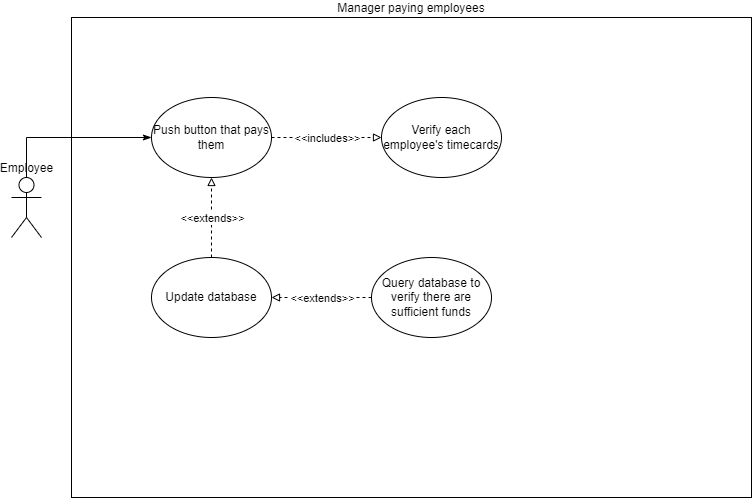
Before: images/UseCaseDiagram3.drawio.png, a diagram exported from draw.io (Zachary-Harrison/FrappuccinoShop). Source tidied: cells renumbered, new cells last; positions are measured from the earlier drawing's top-left corner, leaving out a move shared by most shapes. The source it was exported from:
```xml
<mxGraphModel>
  <root>
    <mxCell id="0" />
    <mxCell id="1" parent="0" />
    <mxCell id="2" value="Manager paying employees" style="rounded=0;whiteSpace=wrap;html=1;shadow=0;glass=0;sketch=0;labelPosition=center;verticalLabelPosition=top;align=center;verticalAlign=bottom;gradientColor=none;" parent="1" vertex="1">
      <mxGeometry x="60" width="680" height="480" as="geometry" />
    </mxCell>
    <mxCell id="3" style="edgeStyle=orthogonalEdgeStyle;rounded=0;jettySize=auto;html=1;endArrow=classicThin;endFill=1;" parent="1" edge="1" source="11" target="12">
      <mxGeometry relative="1" as="geometry">
        <Array as="points">
          <mxPoint x="15" y="120" />
          <mxPoint x="200" y="120" />
        </Array>
      </mxGeometry>
    </mxCell>
    <mxCell id="4" value="Verify each employee's timecards" style="ellipse;whiteSpace=wrap;html=1;" parent="1" vertex="1">
      <mxGeometry x="370" y="80" width="120" height="80" as="geometry" />
    </mxCell>
    <mxCell id="5" value="Update database" style="ellipse;whiteSpace=wrap;html=1;shadow=0;glass=1;sketch=0;" parent="1" vertex="1">
      <mxGeometry x="140" y="240" width="120" height="80" as="geometry" />
    </mxCell>
    <mxCell id="6" style="endArrow=block;html=1;rounded=0;dashed=1;endFill=0;" parent="1" edge="1" source="5" target="12">
      <mxGeometry relative="1" as="geometry" />
    </mxCell>
    <mxCell id="7" value="&amp;lt;&amp;lt;extends&amp;gt;&amp;gt;" style="edgeLabel;html=1;align=center;verticalAlign=middle;" parent="6" vertex="1">
      <mxGeometry relative="1" as="geometry" />
    </mxCell>
    <mxCell id="8" value="Query database to verify there are sufficient funds" style="ellipse;whiteSpace=wrap;html=1;shadow=0;glass=1;sketch=0;" parent="1" vertex="1">
      <mxGeometry x="360" y="240" width="120" height="80" as="geometry" />
    </mxCell>
    <mxCell id="9" style="endArrow=block;html=1;rounded=0;dashed=1;endFill=0;" parent="1" edge="1" source="8" target="5">
      <mxGeometry relative="1" as="geometry" />
    </mxCell>
    <mxCell id="10" value="&amp;lt;&amp;lt;extends&amp;gt;&amp;gt;" style="edgeLabel;html=1;align=center;verticalAlign=middle;" parent="9" vertex="1">
      <mxGeometry relative="1" as="geometry" />
    </mxCell>
    <mxCell id="11" value="Employee" style="shape=umlActor;verticalLabelPosition=top;verticalAlign=bottom;html=1;outlineConnect=0;labelPosition=center;align=center;" parent="1" vertex="1">
      <mxGeometry y="160" width="30" height="60" as="geometry" />
    </mxCell>
    <mxCell id="12" value="Push button that pays them" style="ellipse;whiteSpace=wrap;html=1;" parent="1" vertex="1">
      <mxGeometry x="140" y="80" width="120" height="80" as="geometry" />
    </mxCell>
    <mxCell id="13" style="endArrow=block;html=1;rounded=0;dashed=1;endFill=0;" parent="1" edge="1" source="12" target="4">
      <mxGeometry relative="1" as="geometry" />
    </mxCell>
    <mxCell id="14" value="&amp;lt;&amp;lt;includes&amp;gt;&amp;gt;" style="edgeLabel;html=1;align=center;verticalAlign=middle;" parent="13" vertex="1">
      <mxGeometry relative="1" as="geometry" />
    </mxCell>
  </root>
</mxGraphModel>
```
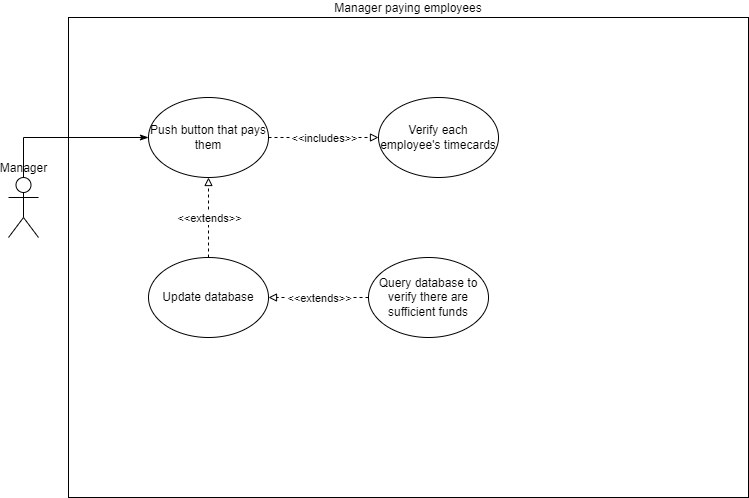
After the commit.

What changed in the source:
```diff
@@ -34,7 +34,7 @@
     <mxCell id="10" value="&amp;lt;&amp;lt;extends&amp;gt;&amp;gt;" style="edgeLabel;html=1;align=center;verticalAlign=middle;" parent="9" vertex="1">
       <mxGeometry relative="1" as="geometry" />
     </mxCell>
-    <mxCell id="11" value="Employee" style="shape=umlActor;verticalLabelPosition=top;verticalAlign=bottom;html=1;outlineConnect=0;labelPosition=center;align=center;" parent="1" vertex="1">
+    <mxCell id="11" value="Manager" style="shape=umlActor;verticalLabelPosition=top;verticalAlign=bottom;html=1;outlineConnect=0;labelPosition=center;align=center;" parent="1" vertex="1">
       <mxGeometry y="160" width="30" height="60" as="geometry" />
     </mxCell>
     <mxCell id="12" value="Push button that pays them" style="ellipse;whiteSpace=wrap;html=1;" parent="1" vertex="1">
```
